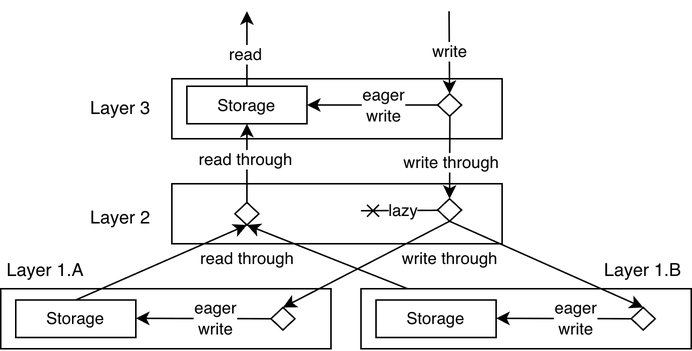
The draw.io diagram 02-ranke-db/drawio/architecture.storage-stack-partitioned.drawio.png in flocko-motion/ranke-graph, before a commit. Source tidied: cells renumbered, new cells last; positions are measured from the earlier drawing's top-left corner, leaving out a move shared by most shapes. The source it was exported from:
```xml
<mxGraphModel>
  <root>
    <mxCell id="0" />
    <mxCell id="1" parent="0" />
    <mxCell id="2" style="rounded=0;whiteSpace=wrap;html=1;" parent="1" vertex="1">
      <mxGeometry y="185" width="220" height="40" as="geometry" />
    </mxCell>
    <mxCell id="3" style="rounded=0;whiteSpace=wrap;html=1;" parent="1" vertex="1">
      <mxGeometry x="114" y="115" width="220" height="40" as="geometry" />
    </mxCell>
    <mxCell id="4" value=" " style="rounded=0;whiteSpace=wrap;html=1;" parent="1" vertex="1">
      <mxGeometry x="114" y="45" width="220" height="40" as="geometry" />
    </mxCell>
    <mxCell id="5" value="Storage" style="rounded=0;whiteSpace=wrap;html=1;fontSize=11;" parent="1" vertex="1">
      <mxGeometry x="124" y="50" width="80" height="25" as="geometry" />
    </mxCell>
    <mxCell id="6" style="endArrow=classic;html=1;rounded=0;entryX=0.5;entryY=1;entryDx=0;entryDy=0;exitX=0.5;exitY=0;exitDx=0;exitDy=0;" parent="1" edge="1" source="22" target="5">
      <mxGeometry relative="1" as="geometry" />
    </mxCell>
    <mxCell id="7" value="read through" style="edgeLabel;html=1;align=center;verticalAlign=middle;" parent="6" vertex="1">
      <mxGeometry x="-0.33" y="1" relative="1" as="geometry">
        <mxPoint y="-11" as="offset" />
      </mxGeometry>
    </mxCell>
    <mxCell id="8" style="endArrow=classic;html=1;rounded=0;entryX=0.5;entryY=0;entryDx=0;entryDy=0;exitX=0.25;exitY=0;exitDx=0;exitDy=0;" parent="1" edge="1" target="21">
      <mxGeometry relative="1" as="geometry">
        <mxPoint x="299.2" y="70" as="sourcePoint" />
      </mxGeometry>
    </mxCell>
    <mxCell id="9" value="write through" style="edgeLabel;html=1;align=center;verticalAlign=middle;" parent="8" vertex="1">
      <mxGeometry x="-0.33" y="1" relative="1" as="geometry">
        <mxPoint x="-1" y="12" as="offset" />
      </mxGeometry>
    </mxCell>
    <mxCell id="10" style="endArrow=classic;html=1;rounded=0;exitX=0;exitY=0.5;exitDx=0;exitDy=0;entryX=1;entryY=0.5;entryDx=0;entryDy=0;" parent="1" edge="1" target="5">
      <mxGeometry relative="1" as="geometry">
        <mxPoint x="291" y="62.5" as="sourcePoint" />
      </mxGeometry>
    </mxCell>
    <mxCell id="11" value="eager&lt;div&gt;write&lt;/div&gt;" style="edgeLabel;html=1;align=center;verticalAlign=middle;" parent="10" vertex="1">
      <mxGeometry x="-0.36" y="3" relative="1" as="geometry">
        <mxPoint x="-8" y="-3" as="offset" />
      </mxGeometry>
    </mxCell>
    <mxCell id="12" style="endArrow=classic;html=1;rounded=0;entryX=0.5;entryY=0;entryDx=0;entryDy=0;exitX=0.25;exitY=0;exitDx=0;exitDy=0;" parent="1" edge="1" target="20">
      <mxGeometry relative="1" as="geometry">
        <mxPoint x="298.7" as="sourcePoint" />
      </mxGeometry>
    </mxCell>
    <mxCell id="13" value="write" style="edgeLabel;html=1;align=center;verticalAlign=middle;" parent="12" vertex="1">
      <mxGeometry x="-0.33" y="1" relative="1" as="geometry">
        <mxPoint x="-1" y="8" as="offset" />
      </mxGeometry>
    </mxCell>
    <mxCell id="14" style="endArrow=classic;html=1;rounded=0;exitX=0.5;exitY=0;exitDx=0;exitDy=0;" parent="1" edge="1" source="5">
      <mxGeometry relative="1" as="geometry">
        <mxPoint x="164" as="targetPoint" />
      </mxGeometry>
    </mxCell>
    <mxCell id="15" value="read" style="edgeLabel;html=1;align=center;verticalAlign=middle;" parent="14" vertex="1">
      <mxGeometry x="-0.33" y="1" relative="1" as="geometry">
        <mxPoint y="-5" as="offset" />
      </mxGeometry>
    </mxCell>
    <mxCell id="16" style="endArrow=cross;html=1;rounded=0;exitX=0.096;exitY=0.512;exitDx=0;exitDy=0;endFill=0;exitPerimeter=0;" parent="1" edge="1" source="21">
      <mxGeometry relative="1" as="geometry">
        <mxPoint x="240" y="133" as="targetPoint" />
      </mxGeometry>
    </mxCell>
    <mxCell id="17" value="lazy" style="edgeLabel;html=1;align=center;verticalAlign=middle;" parent="16" vertex="1">
      <mxGeometry x="-0.36" y="3" relative="1" as="geometry">
        <mxPoint x="-8" y="-3" as="offset" />
      </mxGeometry>
    </mxCell>
    <mxCell id="18" style="endArrow=classic;html=1;rounded=0;entryX=0.5;entryY=1;entryDx=0;entryDy=0;exitX=0.5;exitY=0;exitDx=0;exitDy=0;" parent="1" edge="1" source="23" target="22">
      <mxGeometry relative="1" as="geometry" />
    </mxCell>
    <mxCell id="19" style="endArrow=classic;html=1;rounded=0;entryX=0.5;entryY=1;entryDx=0;entryDy=0;exitX=0.5;exitY=0;exitDx=0;exitDy=0;" parent="1" edge="1" source="29" target="22">
      <mxGeometry relative="1" as="geometry" />
    </mxCell>
    <mxCell id="20" style="rhombus;whiteSpace=wrap;html=1;" parent="1" vertex="1">
      <mxGeometry x="291" y="55" width="16" height="15" as="geometry" />
    </mxCell>
    <mxCell id="21" style="rhombus;whiteSpace=wrap;html=1;" parent="1" vertex="1">
      <mxGeometry x="291" y="125" width="16" height="15" as="geometry" />
    </mxCell>
    <mxCell id="22" style="rhombus;whiteSpace=wrap;html=1;" parent="1" vertex="1">
      <mxGeometry x="156" y="127.5" width="16" height="15" as="geometry" />
    </mxCell>
    <mxCell id="23" value="&lt;span style=&quot;font-size: 11px;&quot;&gt;Storage&lt;/span&gt;" style="rounded=0;whiteSpace=wrap;html=1;" parent="1" vertex="1">
      <mxGeometry x="10" y="192.5" width="80" height="25" as="geometry" />
    </mxCell>
    <mxCell id="24" style="endArrow=classic;html=1;rounded=0;exitX=0;exitY=0.5;exitDx=0;exitDy=0;entryX=1;entryY=0.5;entryDx=0;entryDy=0;" parent="1" edge="1" source="26">
      <mxGeometry relative="1" as="geometry">
        <mxPoint x="90" y="204.7" as="targetPoint" />
      </mxGeometry>
    </mxCell>
    <mxCell id="25" value="eager&lt;div&gt;write&lt;/div&gt;" style="edgeLabel;html=1;align=center;verticalAlign=middle;" parent="24" vertex="1">
      <mxGeometry x="-0.36" y="3" relative="1" as="geometry">
        <mxPoint x="-8" y="-3" as="offset" />
      </mxGeometry>
    </mxCell>
    <mxCell id="26" style="rhombus;whiteSpace=wrap;html=1;" parent="1" vertex="1">
      <mxGeometry x="180" y="197.5" width="16" height="15" as="geometry" />
    </mxCell>
    <mxCell id="27" style="endArrow=classic;html=1;rounded=0;exitX=0.5;exitY=1;exitDx=0;exitDy=0;entryX=0.5;entryY=0;entryDx=0;entryDy=0;" parent="1" edge="1" source="21" target="26">
      <mxGeometry relative="1" as="geometry" />
    </mxCell>
    <mxCell id="28" style="rounded=0;whiteSpace=wrap;html=1;" parent="1" vertex="1">
      <mxGeometry x="240" y="185" width="220" height="40" as="geometry" />
    </mxCell>
    <mxCell id="29" value="&lt;span style=&quot;font-size: 11px;&quot;&gt;Storage&lt;/span&gt;" style="rounded=0;whiteSpace=wrap;html=1;" parent="1" vertex="1">
      <mxGeometry x="250" y="192.5" width="80" height="25" as="geometry" />
    </mxCell>
    <mxCell id="30" style="endArrow=classic;html=1;rounded=0;exitX=0;exitY=0.5;exitDx=0;exitDy=0;entryX=1;entryY=0.5;entryDx=0;entryDy=0;" parent="1" edge="1" source="32">
      <mxGeometry relative="1" as="geometry">
        <mxPoint x="330" y="204.7" as="targetPoint" />
      </mxGeometry>
    </mxCell>
    <mxCell id="31" value="eager&lt;div&gt;write&lt;/div&gt;" style="edgeLabel;html=1;align=center;verticalAlign=middle;" parent="30" vertex="1">
      <mxGeometry x="-0.36" y="3" relative="1" as="geometry">
        <mxPoint x="-8" y="-3" as="offset" />
      </mxGeometry>
    </mxCell>
    <mxCell id="32" style="rhombus;whiteSpace=wrap;html=1;" parent="1" vertex="1">
      <mxGeometry x="420" y="197.5" width="16" height="15" as="geometry" />
    </mxCell>
    <mxCell id="33" style="endArrow=classic;html=1;rounded=0;exitX=0.5;exitY=1;exitDx=0;exitDy=0;entryX=0.5;entryY=0;entryDx=0;entryDy=0;" parent="1" edge="1" source="21" target="32">
      <mxGeometry relative="1" as="geometry" />
    </mxCell>
    <mxCell id="34" value="write through" style="edgeLabel;html=1;align=center;verticalAlign=middle;" parent="1" vertex="1">
      <mxGeometry x="299" y="165" as="geometry" />
    </mxCell>
    <mxCell id="35" value="read through" style="edgeLabel;html=1;align=center;verticalAlign=middle;" parent="1" vertex="1">
      <mxGeometry x="164" y="165" as="geometry" />
    </mxCell>
    <mxCell id="36" value="Layer 3" style="text;html=1;whiteSpace=wrap;strokeColor=none;fillColor=none;align=center;verticalAlign=middle;rounded=0;" parent="1" vertex="1">
      <mxGeometry x="50" y="50" width="60" height="30" as="geometry" />
    </mxCell>
    <mxCell id="37" value="Layer 2" style="text;html=1;whiteSpace=wrap;strokeColor=none;fillColor=none;align=center;verticalAlign=middle;rounded=0;" parent="1" vertex="1">
      <mxGeometry x="50" y="122.5" width="60" height="30" as="geometry" />
    </mxCell>
    <mxCell id="38" value="Layer 1.A" style="text;html=1;whiteSpace=wrap;strokeColor=none;fillColor=none;align=center;verticalAlign=middle;rounded=0;" parent="1" vertex="1">
      <mxGeometry y="157.5" width="60" height="30" as="geometry" />
    </mxCell>
    <mxCell id="39" value="Layer 1.B" style="text;html=1;whiteSpace=wrap;strokeColor=none;fillColor=none;align=center;verticalAlign=middle;rounded=0;" parent="1" vertex="1">
      <mxGeometry x="398" y="157.5" width="60" height="30" as="geometry" />
    </mxCell>
  </root>
</mxGraphModel>
```
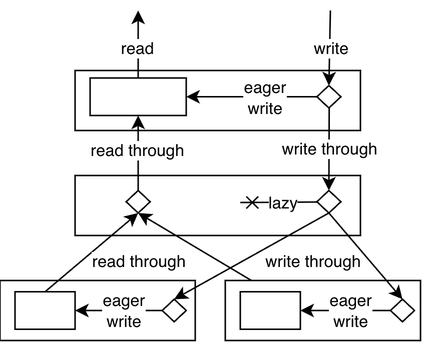
The same file after the commit.

The edit, as a diff of the source:
```diff
@@ -3,16 +3,16 @@
     <mxCell id="0" />
     <mxCell id="1" parent="0" />
     <mxCell id="2" style="rounded=0;whiteSpace=wrap;html=1;" parent="1" vertex="1">
-      <mxGeometry y="185" width="220" height="40" as="geometry" />
+      <mxGeometry x="80" y="185" width="130" height="40" as="geometry" />
     </mxCell>
     <mxCell id="3" style="rounded=0;whiteSpace=wrap;html=1;" parent="1" vertex="1">
-      <mxGeometry x="114" y="115" width="220" height="40" as="geometry" />
+      <mxGeometry x="130" y="115" width="190" height="40" as="geometry" />
     </mxCell>
     <mxCell id="4" value=" " style="rounded=0;whiteSpace=wrap;html=1;" parent="1" vertex="1">
-      <mxGeometry x="114" y="45" width="220" height="40" as="geometry" />
+      <mxGeometry x="130" y="45" width="190" height="40" as="geometry" />
     </mxCell>
-    <mxCell id="5" value="Storage" style="rounded=0;whiteSpace=wrap;html=1;fontSize=11;" parent="1" vertex="1">
-      <mxGeometry x="124" y="50" width="80" height="25" as="geometry" />
+    <mxCell id="5" style="rounded=0;whiteSpace=wrap;html=1;fontSize=11;" parent="1" vertex="1">
+      <mxGeometry x="140" y="50" width="64" height="25" as="geometry" />
     </mxCell>
     <mxCell id="6" style="endArrow=classic;html=1;rounded=0;entryX=0.5;entryY=1;entryDx=0;entryDy=0;exitX=0.5;exitY=0;exitDx=0;exitDy=0;" parent="1" edge="1" source="22" target="5">
       <mxGeometry relative="1" as="geometry" />
@@ -29,7 +29,7 @@
     </mxCell>
     <mxCell id="9" value="write through" style="edgeLabel;html=1;align=center;verticalAlign=middle;" parent="8" vertex="1">
       <mxGeometry x="-0.33" y="1" relative="1" as="geometry">
-        <mxPoint x="-1" y="12" as="offset" />
+        <mxPoint x="-1" y="8" as="offset" />
       </mxGeometry>
     </mxCell>
     <mxCell id="10" style="endArrow=classic;html=1;rounded=0;exitX=0;exitY=0.5;exitDx=0;exitDy=0;entryX=1;entryY=0.5;entryDx=0;entryDy=0;" parent="1" edge="1" target="5">
@@ -42,9 +42,9 @@
         <mxPoint x="-8" y="-3" as="offset" />
       </mxGeometry>
     </mxCell>
-    <mxCell id="12" style="endArrow=classic;html=1;rounded=0;entryX=0.5;entryY=0;entryDx=0;entryDy=0;exitX=0.25;exitY=0;exitDx=0;exitDy=0;" parent="1" edge="1" target="20">
+    <mxCell id="12" style="endArrow=classic;html=1;rounded=0;entryX=0.5;entryY=0;entryDx=0;entryDy=0;" parent="1" edge="1" target="20">
       <mxGeometry relative="1" as="geometry">
-        <mxPoint x="298.7" as="sourcePoint" />
+        <mxPoint x="300" y="5" as="sourcePoint" />
       </mxGeometry>
     </mxCell>
     <mxCell id="13" value="write" style="edgeLabel;html=1;align=center;verticalAlign=middle;" parent="12" vertex="1">
@@ -54,7 +54,7 @@
     </mxCell>
     <mxCell id="14" style="endArrow=classic;html=1;rounded=0;exitX=0.5;exitY=0;exitDx=0;exitDy=0;" parent="1" edge="1" source="5">
       <mxGeometry relative="1" as="geometry">
-        <mxPoint x="164" as="targetPoint" />
+        <mxPoint x="172" y="5" as="targetPoint" />
       </mxGeometry>
     </mxCell>
     <mxCell id="15" value="read" style="edgeLabel;html=1;align=center;verticalAlign=middle;" parent="14" vertex="1">
@@ -72,10 +72,10 @@
         <mxPoint x="-8" y="-3" as="offset" />
       </mxGeometry>
     </mxCell>
-    <mxCell id="18" style="endArrow=classic;html=1;rounded=0;entryX=0.5;entryY=1;entryDx=0;entryDy=0;exitX=0.5;exitY=0;exitDx=0;exitDy=0;" parent="1" edge="1" source="23" target="22">
+    <mxCell id="18" style="endArrow=classic;html=1;rounded=0;entryX=0.5;entryY=1;entryDx=0;entryDy=0;exitX=0.5;exitY=0;exitDx=0;exitDy=0;" parent="1" edge="1" source="36" target="22">
       <mxGeometry relative="1" as="geometry" />
     </mxCell>
-    <mxCell id="19" style="endArrow=classic;html=1;rounded=0;entryX=0.5;entryY=1;entryDx=0;entryDy=0;exitX=0.5;exitY=0;exitDx=0;exitDy=0;" parent="1" edge="1" source="29" target="22">
+    <mxCell id="19" style="endArrow=classic;html=1;rounded=0;entryX=0.5;entryY=1;entryDx=0;entryDy=0;exitX=0.5;exitY=0;exitDx=0;exitDy=0;" parent="1" edge="1" source="27" target="22">
       <mxGeometry relative="1" as="geometry" />
     </mxCell>
     <mxCell id="20" style="rhombus;whiteSpace=wrap;html=1;" parent="1" vertex="1">
@@ -85,66 +85,55 @@
       <mxGeometry x="291" y="125" width="16" height="15" as="geometry" />
     </mxCell>
     <mxCell id="22" style="rhombus;whiteSpace=wrap;html=1;" parent="1" vertex="1">
-      <mxGeometry x="156" y="127.5" width="16" height="15" as="geometry" />
+      <mxGeometry x="164" y="125" width="16" height="15" as="geometry" />
     </mxCell>
-    <mxCell id="23" value="&lt;span style=&quot;font-size: 11px;&quot;&gt;Storage&lt;/span&gt;" style="rounded=0;whiteSpace=wrap;html=1;" parent="1" vertex="1">
-      <mxGeometry x="10" y="192.5" width="80" height="25" as="geometry" />
+    <mxCell id="23" style="endArrow=classic;html=1;rounded=0;exitX=0;exitY=0.5;exitDx=0;exitDy=0;entryX=1;entryY=0.5;entryDx=0;entryDy=0;" parent="1" edge="1" source="36">
+      <mxGeometry relative="1" as="geometry">
+        <mxPoint x="90" y="204.7" as="targetPoint" />
+      </mxGeometry>
     </mxCell>
-    <mxCell id="24" style="endArrow=classic;html=1;rounded=0;exitX=0;exitY=0.5;exitDx=0;exitDy=0;entryX=1;entryY=0.5;entryDx=0;entryDy=0;" parent="1" edge="1" source="26">
-      <mxGeometry relative="1" as="geometry">
-        <mxPoint x="90" y="204.7" as="targetPoint" />
-      </mxGeometry>
+    <mxCell id="24" style="rhombus;whiteSpace=wrap;html=1;" parent="1" vertex="1">
+      <mxGeometry x="188" y="197.5" width="16" height="15" as="geometry" />
     </mxCell>
-    <mxCell id="25" value="eager&lt;div&gt;write&lt;/div&gt;" style="edgeLabel;html=1;align=center;verticalAlign=middle;" parent="24" vertex="1">
-      <mxGeometry x="-0.36" y="3" relative="1" as="geometry">
-        <mxPoint x="-8" y="-3" as="offset" />
-      </mxGeometry>
+    <mxCell id="25" style="endArrow=classic;html=1;rounded=0;exitX=0.5;exitY=1;exitDx=0;exitDy=0;entryX=0.5;entryY=0;entryDx=0;entryDy=0;" parent="1" edge="1" source="21" target="24">
+      <mxGeometry relative="1" as="geometry" />
     </mxCell>
-    <mxCell id="26" style="rhombus;whiteSpace=wrap;html=1;" parent="1" vertex="1">
-      <mxGeometry x="180" y="197.5" width="16" height="15" as="geometry" />
+    <mxCell id="26" style="rounded=0;whiteSpace=wrap;html=1;" parent="1" vertex="1">
+      <mxGeometry x="230" y="185" width="130" height="40" as="geometry" />
     </mxCell>
-    <mxCell id="27" style="endArrow=classic;html=1;rounded=0;exitX=0.5;exitY=1;exitDx=0;exitDy=0;entryX=0.5;entryY=0;entryDx=0;entryDy=0;" parent="1" edge="1" source="21" target="26">
-      <mxGeometry relative="1" as="geometry" />
+    <mxCell id="27" style="rounded=0;whiteSpace=wrap;html=1;" parent="1" vertex="1">
+      <mxGeometry x="240" y="192.5" width="40" height="25" as="geometry" />
     </mxCell>
-    <mxCell id="28" style="rounded=0;whiteSpace=wrap;html=1;" parent="1" vertex="1">
-      <mxGeometry x="240" y="185" width="220" height="40" as="geometry" />
+    <mxCell id="28" style="endArrow=classic;html=1;rounded=0;exitX=0;exitY=0.5;exitDx=0;exitDy=0;entryX=1;entryY=0.5;entryDx=0;entryDy=0;" parent="1" edge="1" source="30" target="27">
+      <mxGeometry relative="1" as="geometry" />
     </mxCell>
-    <mxCell id="29" value="&lt;span style=&quot;font-size: 11px;&quot;&gt;Storage&lt;/span&gt;" style="rounded=0;whiteSpace=wrap;html=1;" parent="1" vertex="1">
-      <mxGeometry x="250" y="192.5" width="80" height="25" as="geometry" />
+    <mxCell id="29" value="eager&lt;div&gt;write&lt;/div&gt;" style="edgeLabel;html=1;align=center;verticalAlign=middle;points=[];" parent="28" vertex="1">
+      <mxGeometry x="-0.36" y="3" relative="1" as="geometry">
+        <mxPoint x="-8" y="-3" as="offset" />
+      </mxGeometry>
     </mxCell>
-    <mxCell id="30" style="endArrow=classic;html=1;rounded=0;exitX=0;exitY=0.5;exitDx=0;exitDy=0;entryX=1;entryY=0.5;entryDx=0;entryDy=0;" parent="1" edge="1" source="32">
-      <mxGeometry relative="1" as="geometry">
-        <mxPoint x="330" y="204.7" as="targetPoint" />
-      </mxGeometry>
+    <mxCell id="30" style="rhombus;whiteSpace=wrap;html=1;" parent="1" vertex="1">
+      <mxGeometry x="340" y="197.5" width="16" height="15" as="geometry" />
     </mxCell>
-    <mxCell id="31" value="eager&lt;div&gt;write&lt;/div&gt;" style="edgeLabel;html=1;align=center;verticalAlign=middle;" parent="30" vertex="1">
-      <mxGeometry x="-0.36" y="3" relative="1" as="geometry">
-        <mxPoint x="-8" y="-3" as="offset" />
-      </mxGeometry>
+    <mxCell id="31" style="endArrow=classic;html=1;rounded=0;exitX=0.5;exitY=1;exitDx=0;exitDy=0;entryX=0.5;entryY=0;entryDx=0;entryDy=0;" parent="1" edge="1" source="21" target="30">
+      <mxGeometry relative="1" as="geometry" />
     </mxCell>
-    <mxCell id="32" style="rhombus;whiteSpace=wrap;html=1;" parent="1" vertex="1">
-      <mxGeometry x="420" y="197.5" width="16" height="15" as="geometry" />
+    <mxCell id="32" value="write through" style="edgeLabel;html=1;align=center;verticalAlign=middle;points=[];" parent="1" vertex="1">
+      <mxGeometry x="288" y="172" as="geometry" />
     </mxCell>
-    <mxCell id="33" style="endArrow=classic;html=1;rounded=0;exitX=0.5;exitY=1;exitDx=0;exitDy=0;entryX=0.5;entryY=0;entryDx=0;entryDy=0;" parent="1" edge="1" source="21" target="32">
-      <mxGeometry relative="1" as="geometry" />
+    <mxCell id="33" value="read through" style="edgeLabel;html=1;align=center;verticalAlign=middle;" parent="1" vertex="1">
+      <mxGeometry x="172" y="172" as="geometry" />
     </mxCell>
-    <mxCell id="34" value="write through" style="edgeLabel;html=1;align=center;verticalAlign=middle;" parent="1" vertex="1">
-      <mxGeometry x="299" y="165" as="geometry" />
+    <mxCell id="34" style="endArrow=classic;html=1;rounded=0;exitX=0;exitY=0.5;exitDx=0;exitDy=0;entryX=1;entryY=0.5;entryDx=0;entryDy=0;" parent="1" edge="1" source="24" target="36">
+      <mxGeometry relative="1" as="geometry" />
     </mxCell>
-    <mxCell id="35" value="read through" style="edgeLabel;html=1;align=center;verticalAlign=middle;" parent="1" vertex="1">
-      <mxGeometry x="164" y="165" as="geometry" />
+    <mxCell id="35" value="eager&lt;div&gt;write&lt;/div&gt;" style="edgeLabel;html=1;align=center;verticalAlign=middle;" parent="34" vertex="1">
+      <mxGeometry x="-0.36" y="3" relative="1" as="geometry">
+        <mxPoint x="-8" y="-3" as="offset" />
+      </mxGeometry>
     </mxCell>
-    <mxCell id="36" value="Layer 3" style="text;html=1;whiteSpace=wrap;strokeColor=none;fillColor=none;align=center;verticalAlign=middle;rounded=0;" parent="1" vertex="1">
-      <mxGeometry x="50" y="50" width="60" height="30" as="geometry" />
+    <mxCell id="36" style="rounded=0;whiteSpace=wrap;html=1;" parent="1" vertex="1">
+      <mxGeometry x="90" y="192.5" width="40" height="25" as="geometry" />
     </mxCell>
-    <mxCell id="37" value="Layer 2" style="text;html=1;whiteSpace=wrap;strokeColor=none;fillColor=none;align=center;verticalAlign=middle;rounded=0;" parent="1" vertex="1">
-      <mxGeometry x="50" y="122.5" width="60" height="30" as="geometry" />
-    </mxCell>
-    <mxCell id="38" value="Layer 1.A" style="text;html=1;whiteSpace=wrap;strokeColor=none;fillColor=none;align=center;verticalAlign=middle;rounded=0;" parent="1" vertex="1">
-      <mxGeometry y="157.5" width="60" height="30" as="geometry" />
-    </mxCell>
-    <mxCell id="39" value="Layer 1.B" style="text;html=1;whiteSpace=wrap;strokeColor=none;fillColor=none;align=center;verticalAlign=middle;rounded=0;" parent="1" vertex="1">
-      <mxGeometry x="398" y="157.5" width="60" height="30" as="geometry" />
-    </mxCell>
   </root>
 </mxGraphModel>
```
